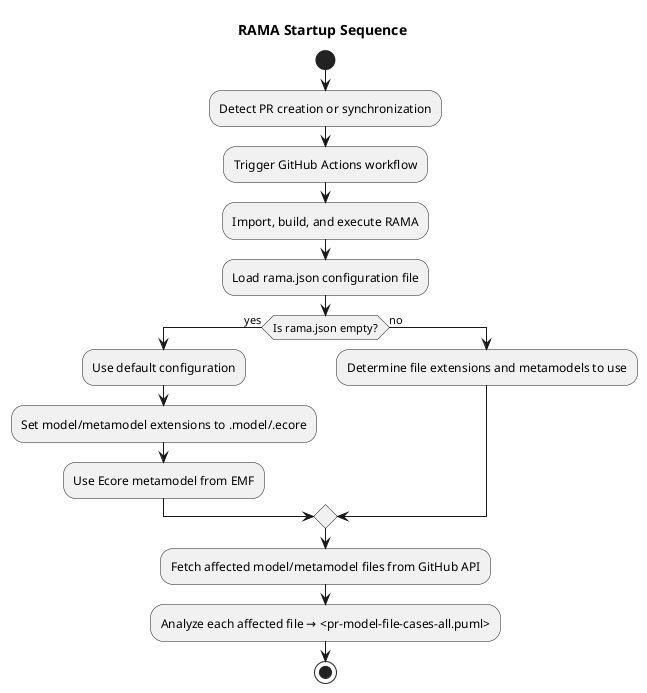
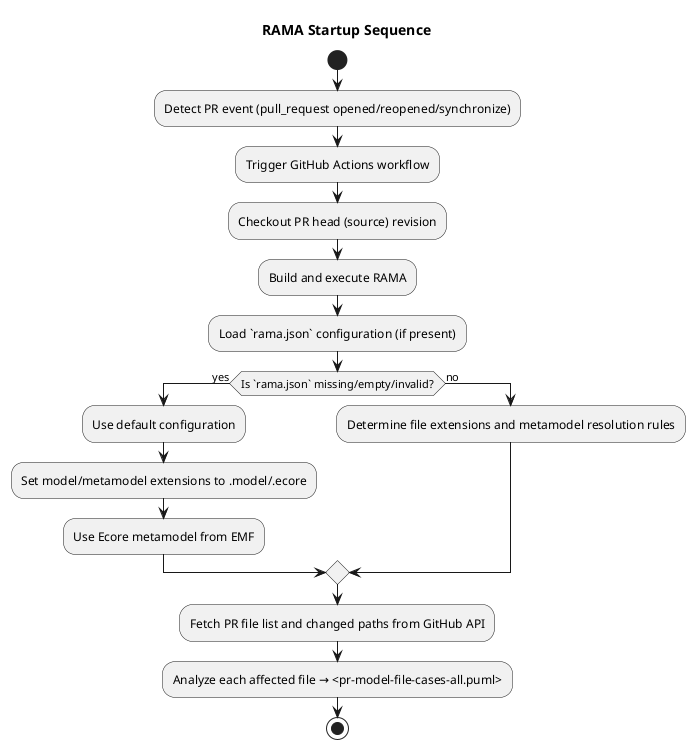
@startuml startup
title RAMA Startup Sequence

start

- :Detect PR creation or synchronization;
+ :Detect PR event (pull_request opened/reopened/synchronize);
:Trigger GitHub Actions workflow;
- :Import, build, and execute RAMA;
- :Load rama.json configuration file;
+ :Checkout PR head (source) revision;
+ :Build and execute RAMA;
+ :Load `rama.json` configuration (if present);

- if (Is rama.json empty?) then (yes)
+ if (Is `rama.json` missing/empty/invalid?) then (yes)
  :Use default configuration;
  :Set model/metamodel extensions to .model/.ecore;
  :Use Ecore metamodel from EMF;
else (no)
-   :Determine file extensions and metamodels to use;
+   :Determine file extensions and metamodel resolution rules;
endif

- :Fetch affected model/metamodel files from GitHub API;
+ :Fetch PR file list and changed paths from GitHub API;
:Analyze each affected file → <pr-model-file-cases-all.puml>;

stop
- @enduml+ @enduml
